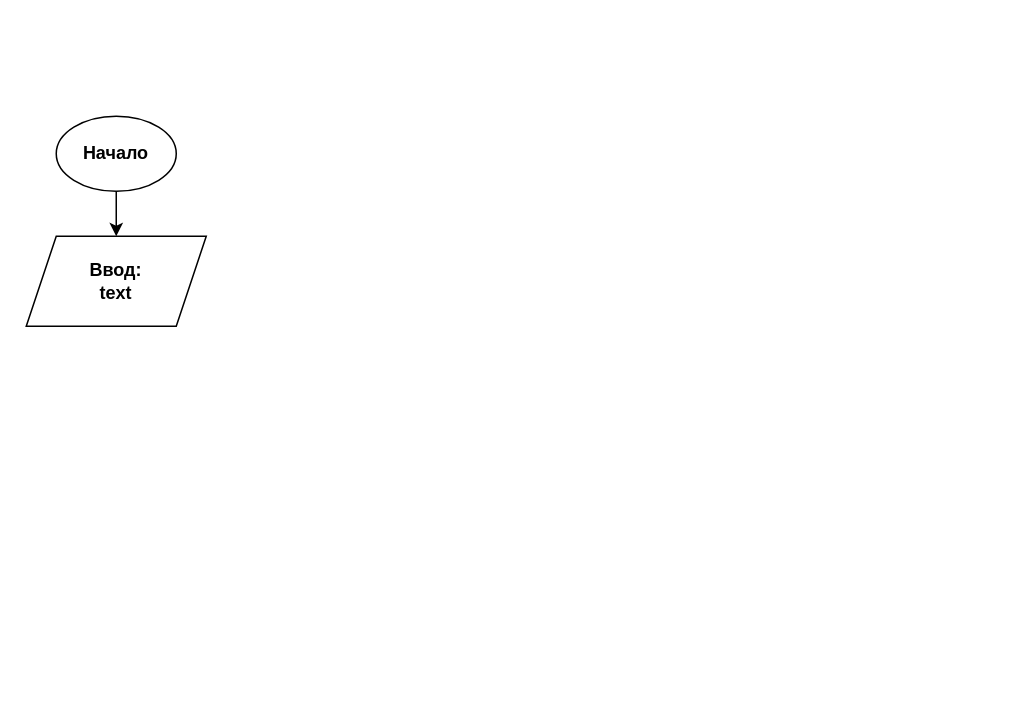
This is Block_diagram.drawio from Serg-sergeev/Control_JOB, a draw.io file, before an edit. Source tidied: cells renumbered, new cells numbered last; positions are measured from the earlier drawing's top-left corner, leaving out a move shared by most shapes. Both pictures are drawn from the tidied source at 150%, with x=0, y=0 at pixel (26, 116).
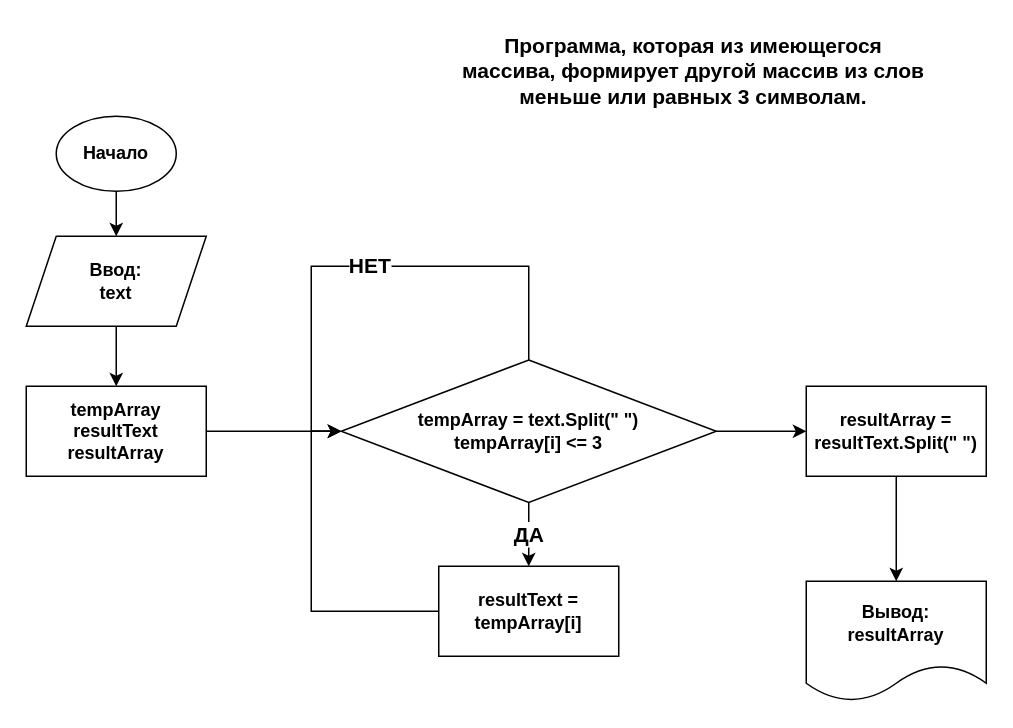
The same page after the edit.

Commit message:
Добавлена блок-схема алгоритма решения. Приступаю к написаню программы на С#.

The change refers to these unchanged cells:
```xml
<mxCell id="4" value="Ввод:&lt;br&gt;text" style="shape=parallelogram;perimeter=parallelogramPerimeter;whiteSpace=wrap;html=1;fixedSize=1;fontStyle=1;" parent="1" vertex="1">
  <mxGeometry y="80" width="120" height="60" as="geometry" />
</mxCell>
```

What changed in the source:
```diff
@@
+    <mxCell id="5" style="edgeStyle=orthogonalEdgeStyle;rounded=0;jettySize=auto;html=1;exitX=0.5;exitY=1;exitDx=0;exitDy=0;entryX=0.5;entryY=0;entryDx=0;entryDy=0;" parent="1" edge="1" source="4" target="7">
+      <mxGeometry relative="1" as="geometry" />
+    </mxCell>
@@
+    <mxCell id="6" style="edgeStyle=orthogonalEdgeStyle;rounded=0;jettySize=auto;html=1;" parent="1" edge="1" source="7" target="11">
+      <mxGeometry relative="1" as="geometry" />
+    </mxCell>
+    <mxCell id="7" value="tempArray&lt;br&gt;resultText&lt;br&gt;resultArray" style="whiteSpace=wrap;html=1;fontStyle=1;" parent="1" vertex="1">
+      <mxGeometry y="180" width="120" height="60" as="geometry" />
+    </mxCell>
+    <mxCell id="8" value="ДА" style="edgeStyle=orthogonalEdgeStyle;rounded=0;jettySize=auto;html=1;exitX=0.5;exitY=1;exitDx=0;exitDy=0;entryX=0.5;entryY=0;entryDx=0;entryDy=0;fontStyle=1;fontSize=14;" parent="1" edge="1" source="11" target="13">
+      <mxGeometry relative="1" as="geometry" />
+    </mxCell>
+    <mxCell id="9" value="НЕТ" style="edgeStyle=orthogonalEdgeStyle;rounded=0;jettySize=auto;html=1;exitX=0.5;exitY=0;exitDx=0;exitDy=0;fontSize=14;fontStyle=1;" parent="1" edge="1" source="11">
+      <mxGeometry relative="1" as="geometry">
+        <mxPoint x="210" y="210" as="targetPoint" />
+        <Array as="points">
+          <mxPoint x="335" y="100" />
+          <mxPoint x="190" y="100" />
+          <mxPoint x="190" y="210" />
+        </Array>
+      </mxGeometry>
+    </mxCell>
+    <mxCell id="10" style="edgeStyle=orthogonalEdgeStyle;rounded=0;jettySize=auto;html=1;fontSize=14;" parent="1" edge="1" source="11" target="15">
+      <mxGeometry relative="1" as="geometry" />
+    </mxCell>
+    <mxCell id="11" value="tempArray = text.Split(&quot; &quot;)&lt;br&gt;tempArray[i] &amp;lt;= 3" style="rhombus;whiteSpace=wrap;html=1;fontStyle=1;" parent="1" vertex="1">
+      <mxGeometry x="210" y="162.5" width="250" height="95" as="geometry" />
+    </mxCell>
+    <mxCell id="12" style="edgeStyle=orthogonalEdgeStyle;rounded=0;jettySize=auto;html=1;exitX=0;exitY=0.5;exitDx=0;exitDy=0;entryX=0;entryY=0.5;entryDx=0;entryDy=0;fontSize=14;" parent="1" edge="1" source="13" target="11">
+      <mxGeometry relative="1" as="geometry" />
+    </mxCell>
+    <mxCell id="13" value="resultText = tempArray[i]" style="whiteSpace=wrap;html=1;fontStyle=1;" parent="1" vertex="1">
+      <mxGeometry x="275" y="300" width="120" height="60" as="geometry" />
+    </mxCell>
+    <mxCell id="14" style="edgeStyle=orthogonalEdgeStyle;rounded=0;jettySize=auto;html=1;fontSize=14;" parent="1" edge="1" source="15" target="16">
+      <mxGeometry relative="1" as="geometry" />
+    </mxCell>
+    <mxCell id="15" value="resultArray = resultText.Split(&quot; &quot;)" style="whiteSpace=wrap;html=1;fontStyle=1;" parent="1" vertex="1">
+      <mxGeometry x="520" y="180" width="120" height="60" as="geometry" />
+    </mxCell>
+    <mxCell id="16" value="Вывод:&lt;br&gt;resultArray" style="shape=document;whiteSpace=wrap;html=1;boundedLbl=1;fontStyle=1;" parent="1" vertex="1">
+      <mxGeometry x="520" y="310" width="120" height="80" as="geometry" />
+    </mxCell>
+    <mxCell id="17" value="Программа, которая из имеющегося массива, формирует другой массив из слов меньше или равных 3 символам." style="text;html=1;strokeColor=none;fillColor=none;align=center;verticalAlign=middle;whiteSpace=wrap;rounded=0;fontSize=14;fontStyle=1;" parent="1" vertex="1">
+      <mxGeometry x="290" y="-60" width="310" height="60" as="geometry" />
+    </mxCell>
```
